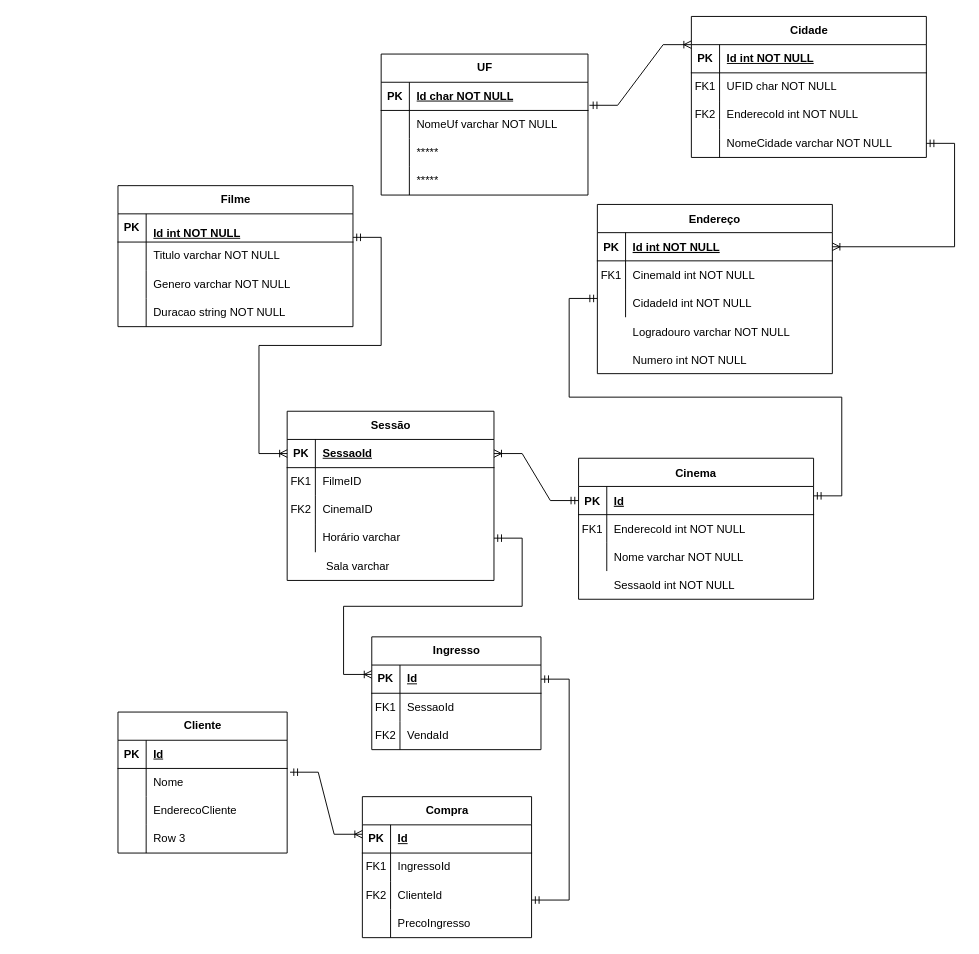
Earlier version of the draw.io diagram diagrama_entidade_relacionamento_cinema.drawio (AmandaPardinho/Web-API). Source tidied: cells renumbered, new cells numbered last; positions are measured from the earlier drawing's top-left corner, leaving out a move shared by most shapes. Both pictures are drawn from the tidied source at 94%, with x=0, y=0 at pixel (-381, 16).
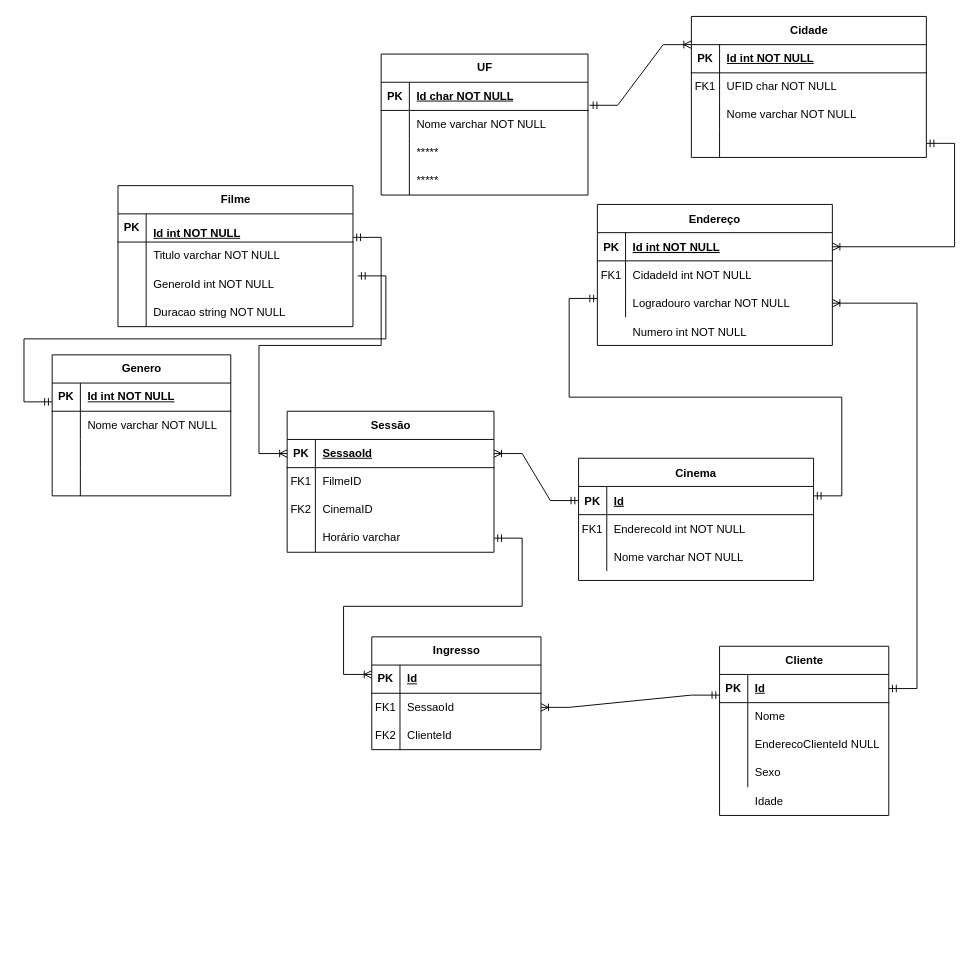
The same page after the edit.

Commit message:
Atualização do diagrama

The change refers to these unchanged cells:
```xml
<mxCell id="16" style="shape=partialRectangle;fillColor=none;top=0;left=0;right=0;bottom=0;" parent="12" vertex="1">
  <mxGeometry y="60" width="250" height="30" as="geometry" />
</mxCell>
<mxCell id="19" style="shape=partialRectangle;fillColor=none;points=[[0,0.5],[1,0.5]];portConstraint=eastwest;top=0;left=0;right=0;bottom=0;" parent="12" vertex="1">
  <mxGeometry y="90" width="250" height="30" as="geometry" />
</mxCell>
<mxCell id="42" style="shape=tableRow;horizontal=0;startSize=0;swimlaneHead=0;swimlaneBody=0;fillColor=none;top=0;left=0;right=0;bottom=0;" parent="35" vertex="1">
  <mxGeometry y="90" width="250" height="30" as="geometry" />
</mxCell>
<mxCell id="45" style="shape=tableRow;horizontal=0;startSize=0;swimlaneHead=0;swimlaneBody=0;fillColor=none;points=[[0,0.5],[1,0.5]];portConstraint=eastwest;top=0;left=0;right=0;bottom=0;" parent="35" vertex="1">
  <mxGeometry y="120" width="250" height="30" as="geometry" />
</mxCell>
<mxCell id="53" style="shape=tableRow;horizontal=0;startSize=0;swimlaneHead=0;swimlaneBody=0;fillColor=none;top=0;left=0;right=0;bottom=0;" parent="49" vertex="1">
  <mxGeometry y="60" width="220" height="30" as="geometry" />
</mxCell>
<mxCell id="65" value="Filme" style="shape=table;startSize=30;childLayout=tableLayout;rowLines=0;fontStyle=1;align=center;html=1;" parent="1" vertex="1">
  <mxGeometry x="530" y="180" width="250" height="150" as="geometry" />
</mxCell>
<mxCell id="72" style="shape=tableRow;horizontal=0;startSize=0;swimlaneHead=0;swimlaneBody=0;fillColor=none;points=[[0,0.5],[1,0.5]];portConstraint=eastwest;top=0;left=0;right=0;bottom=0;" parent="65" vertex="1">
  <mxGeometry y="90" width="250" height="30" as="geometry" />
</mxCell>
<mxCell id="84" style="shape=tableRow;horizontal=0;startSize=0;swimlaneHead=0;swimlaneBody=0;fillColor=none;points=[[0,0.5],[1,0.5]];portConstraint=eastwest;top=0;left=0;right=0;bottom=1;" parent="83" vertex="1">
  <mxGeometry y="30" width="180" height="30" as="geometry" />
</mxCell>
<mxCell id="87" style="shape=tableRow;horizontal=0;startSize=0;swimlaneHead=0;swimlaneBody=0;fillColor=none;points=[[0,0.5],[1,0.5]];portConstraint=eastwest;top=0;left=0;right=0;bottom=0;" parent="83" vertex="1">
  <mxGeometry y="60" width="180" height="30" as="geometry" />
</mxCell>
<mxCell id="90" style="shape=tableRow;horizontal=0;startSize=0;swimlaneHead=0;swimlaneBody=0;fillColor=none;top=0;left=0;right=0;bottom=0;" parent="83" vertex="1">
  <mxGeometry y="90" width="180" height="30" as="geometry" />
</mxCell>
<mxCell id="93" style="shape=tableRow;horizontal=0;startSize=0;swimlaneHead=0;swimlaneBody=0;fillColor=none;top=0;left=0;right=0;bottom=0;" parent="83" vertex="1">
  <mxGeometry y="120" width="180" height="30" as="geometry" />
</mxCell>
<mxCell id="110" style="shape=tableRow;horizontal=0;startSize=0;swimlaneHead=0;swimlaneBody=0;fillColor=none;points=[[0,0.5],[1,0.5]];portConstraint=eastwest;top=0;left=0;right=0;bottom=1;" parent="109" vertex="1">
  <mxGeometry y="30" width="180" height="30" as="geometry" />
</mxCell>
<mxCell id="113" style="shape=tableRow;horizontal=0;startSize=0;swimlaneHead=0;swimlaneBody=0;fillColor=none;points=[[0,0.5],[1,0.5]];portConstraint=eastwest;top=0;left=0;right=0;bottom=0;" parent="109" vertex="1">
  <mxGeometry y="60" width="180" height="30" as="geometry" />
</mxCell>
<mxCell id="116" style="shape=tableRow;horizontal=0;startSize=0;swimlaneHead=0;swimlaneBody=0;fillColor=none;top=0;left=0;right=0;bottom=0;" parent="109" vertex="1">
  <mxGeometry y="90" width="180" height="30" as="geometry" />
</mxCell>
```

Change to the diagram source:
```diff
@@
     <mxCell id="2" value="Cinema" style="shape=table;startSize=30;childLayout=tableLayout;rowLines=0;fontStyle=1;align=center;" parent="1" vertex="1">
-      <mxGeometry x="1020" y="470" width="250" height="150" as="geometry" />
+      <mxGeometry x="1020" y="470" width="250" height="130" as="geometry" />
     </mxCell>
@@
     <mxCell id="12" value="Endereço" style="shape=table;startSize=30;childLayout=tableLayout;rowLines=0;fontStyle=1;align=center;" parent="1" vertex="1">
-      <mxGeometry x="1040" y="200" width="250" height="180" as="geometry" />
+      <mxGeometry x="1040" y="200" width="250" height="150" as="geometry" />
     </mxCell>
@@
-    <mxCell id="18" value="CinemaId int NOT NULL" style="shape=partialRectangle;overflow=hidden;fillColor=none;top=0;left=0;bottom=0;right=0;align=left;spacingLeft=6;" parent="16" vertex="1">
+    <mxCell id="18" value="CidadeId int NOT NULL" style="shape=partialRectangle;overflow=hidden;fillColor=none;top=0;left=0;bottom=0;right=0;align=left;spacingLeft=6;" parent="16" vertex="1">
       <mxGeometry x="30" width="220" height="30" as="geometry" />
     </mxCell>
@@
-    <mxCell id="21" value="CidadeId int NOT NULL" style="shape=partialRectangle;overflow=hidden;fillColor=none;top=0;left=0;bottom=0;right=0;align=left;spacingLeft=6;" parent="19" vertex="1">
+    <mxCell id="21" value="Logradouro varchar NOT NULL" style="shape=partialRectangle;overflow=hidden;fillColor=none;top=0;left=0;bottom=0;right=0;align=left;spacingLeft=6;" parent="19" vertex="1">
       <mxGeometry x="30" width="220" height="30" as="geometry" />
     </mxCell>
     <mxCell id="22" value="Sessão" style="shape=table;startSize=30;childLayout=tableLayout;rowLines=0;fontStyle=1;align=center;html=1;" parent="1" vertex="1">
-      <mxGeometry x="710" y="420" width="220" height="180" as="geometry" />
+      <mxGeometry x="710" y="420" width="220" height="150" as="geometry" />
     </mxCell>
@@
-    <mxCell id="43" value="FK2" style="shape=partialRectangle;fillColor=none;top=0;left=0;bottom=0;right=0;overflow=hidden;whiteSpace=wrap;html=1;" parent="42" vertex="1">
+    <mxCell id="43" style="shape=partialRectangle;fillColor=none;top=0;left=0;bottom=0;right=0;overflow=hidden;whiteSpace=wrap;html=1;" parent="42" vertex="1">
       <mxGeometry width="30" height="30" as="geometry" />
     </mxCell>
-    <mxCell id="44" value="EnderecoId int NOT NULL" style="shape=partialRectangle;fillColor=none;top=0;left=0;bottom=0;right=0;align=left;spacingLeft=6;overflow=hidden;whiteSpace=wrap;html=1;" parent="42" vertex="1">
+    <mxCell id="44" value="Nome varchar NOT NULL" style="shape=partialRectangle;fillColor=none;top=0;left=0;bottom=0;right=0;align=left;spacingLeft=6;overflow=hidden;whiteSpace=wrap;html=1;" parent="42" vertex="1">
       <mxGeometry x="30" width="220" height="30" as="geometry" />
     </mxCell>
@@
-    <mxCell id="47" value="NomeCidade varchar NOT NULL" style="shape=partialRectangle;fillColor=none;top=0;left=0;bottom=0;right=0;align=left;spacingLeft=6;overflow=hidden;whiteSpace=wrap;html=1;" parent="45" vertex="1">
+    <mxCell id="47" style="shape=partialRectangle;fillColor=none;top=0;left=0;bottom=0;right=0;align=left;spacingLeft=6;overflow=hidden;whiteSpace=wrap;html=1;" parent="45" vertex="1">
       <mxGeometry x="30" width="220" height="30" as="geometry" />
     </mxCell>
@@
-    <mxCell id="55" value="NomeUf varchar NOT NULL" style="shape=partialRectangle;fillColor=none;top=0;left=0;bottom=0;right=0;align=left;spacingLeft=6;overflow=hidden;whiteSpace=wrap;html=1;" parent="53" vertex="1">
+    <mxCell id="55" value="Nome varchar NOT NULL" style="shape=partialRectangle;fillColor=none;top=0;left=0;bottom=0;right=0;align=left;spacingLeft=6;overflow=hidden;whiteSpace=wrap;html=1;" parent="53" vertex="1">
       <mxGeometry x="30" width="190" height="30" as="geometry" />
     </mxCell>
@@
-    <mxCell id="74" value="Genero varchar NOT NULL" style="shape=partialRectangle;fillColor=none;top=0;left=0;bottom=0;right=0;align=left;spacingLeft=6;overflow=hidden;whiteSpace=wrap;html=1;" parent="72" vertex="1">
+    <mxCell id="74" value="GeneroId int NOT NULL" style="shape=partialRectangle;fillColor=none;top=0;left=0;bottom=0;right=0;align=left;spacingLeft=6;overflow=hidden;whiteSpace=wrap;html=1;" parent="72" vertex="1">
       <mxGeometry x="30" width="220" height="30" as="geometry" />
     </mxCell>
@@
+    <mxCell id="122" style="edgeStyle=entityRelationEdgeStyle;fontSize=12;html=1;endArrow=ERmandOne;startArrow=ERmandOne;rounded=0;exitX=1.02;exitY=0.2;exitDx=0;exitDy=0;entryX=-0.016;entryY=0.733;entryDx=0;entryDy=0;exitPerimeter=0;entryPerimeter=0;" parent="65" edge="1" source="72">
+      <mxGeometry relative="1" as="geometry">
+        <mxPoint x="-70" y="230" as="targetPoint" />
+        <Array as="points">
+          <mxPoint x="-160" y="140" />
+          <mxPoint x="-170" y="145" />
+        </Array>
+      </mxGeometry>
+    </mxCell>
@@
-    <mxCell id="79" value="Sala varchar" style="text;html=1;align=center;verticalAlign=middle;strokeColor=none;fillColor=none;rotation=0;" parent="1" vertex="1">
-      <mxGeometry x="740" y="570" width="90" height="30" as="geometry" />
-    </mxCell>
-    <mxCell id="80" value="Logradouro varchar NOT NULL" style="shape=partialRectangle;overflow=hidden;fillColor=none;top=0;left=0;bottom=0;right=0;align=left;spacingLeft=6;" parent="1" vertex="1">
+    <mxCell id="80" value="Numero int NOT NULL" style="shape=partialRectangle;overflow=hidden;fillColor=none;top=0;left=0;bottom=0;right=0;align=left;spacingLeft=6;" parent="1" vertex="1">
       <mxGeometry x="1070" y="320" width="220" height="30" as="geometry" />
     </mxCell>
-    <mxCell id="81" value="Numero int NOT NULL" style="shape=partialRectangle;overflow=hidden;fillColor=none;top=0;left=0;bottom=0;right=0;align=left;spacingLeft=6;" parent="1" vertex="1">
-      <mxGeometry x="1070" y="350" width="220" height="30" as="geometry" />
-    </mxCell>
-    <mxCell id="82" value="SessaoId int NOT NULL" style="shape=partialRectangle;overflow=hidden;fillColor=none;top=0;left=0;bottom=0;right=0;align=left;spacingLeft=6;" parent="1" vertex="1">
-      <mxGeometry x="1050" y="590" width="220" height="30" as="geometry" />
-    </mxCell>
     <mxCell id="83" value="Cliente" style="shape=table;startSize=30;childLayout=tableLayout;rowLines=0;fontStyle=1;align=center;html=1;" parent="1" vertex="1">
-      <mxGeometry x="530" y="740" width="180" height="150" as="geometry" />
+      <mxGeometry x="1170" y="670" width="180" height="180" as="geometry" />
     </mxCell>
@@
-    <mxCell id="92" value="EnderecoCliente" style="shape=partialRectangle;fillColor=none;top=0;left=0;bottom=0;right=0;align=left;spacingLeft=6;overflow=hidden;whiteSpace=wrap;html=1;" parent="90" vertex="1">
+    <mxCell id="92" value="EnderecoClienteId NULL" style="shape=partialRectangle;fillColor=none;top=0;left=0;bottom=0;right=0;align=left;spacingLeft=6;overflow=hidden;whiteSpace=wrap;html=1;" parent="90" vertex="1">
       <mxGeometry x="30" width="150" height="30" as="geometry" />
     </mxCell>
@@
-    <mxCell id="95" value="Row 3" style="shape=partialRectangle;fillColor=none;top=0;left=0;bottom=0;right=0;align=left;spacingLeft=6;overflow=hidden;whiteSpace=wrap;html=1;" parent="93" vertex="1">
+    <mxCell id="95" value="Sexo" style="shape=partialRectangle;fillColor=none;top=0;left=0;bottom=0;right=0;align=left;spacingLeft=6;overflow=hidden;whiteSpace=wrap;html=1;" parent="93" vertex="1">
       <mxGeometry x="30" width="150" height="30" as="geometry" />
     </mxCell>
-    <mxCell id="96" value="Compra" style="shape=table;startSize=30;childLayout=tableLayout;rowLines=0;fontStyle=1;align=center;html=1;" parent="1" vertex="1">
-      <mxGeometry x="790" y="830" width="180" height="150" as="geometry" />
-    </mxCell>
-    <mxCell id="97" style="shape=tableRow;horizontal=0;startSize=0;swimlaneHead=0;swimlaneBody=0;fillColor=none;top=0;left=0;right=0;bottom=1;" parent="96" vertex="1">
-      <mxGeometry y="30" width="180" height="30" as="geometry" />
-    </mxCell>
-    <mxCell id="98" value="PK" style="shape=partialRectangle;fillColor=none;top=0;left=0;bottom=0;right=0;fontStyle=1;overflow=hidden;whiteSpace=wrap;html=1;" parent="97" vertex="1">
-      <mxGeometry width="30" height="30" as="geometry" />
-    </mxCell>
-    <mxCell id="99" value="Id" style="shape=partialRectangle;fillColor=none;top=0;left=0;bottom=0;right=0;align=left;spacingLeft=6;fontStyle=5;overflow=hidden;whiteSpace=wrap;html=1;" parent="97" vertex="1">
-      <mxGeometry x="30" width="150" height="30" as="geometry" />
-    </mxCell>
-    <mxCell id="100" style="shape=tableRow;horizontal=0;startSize=0;swimlaneHead=0;swimlaneBody=0;fillColor=none;top=0;left=0;right=0;bottom=0;" parent="96" vertex="1">
-      <mxGeometry y="60" width="180" height="30" as="geometry" />
-    </mxCell>
-    <mxCell id="101" value="FK1" style="shape=partialRectangle;fillColor=none;top=0;left=0;bottom=0;right=0;overflow=hidden;whiteSpace=wrap;html=1;" parent="100" vertex="1">
-      <mxGeometry width="30" height="30" as="geometry" />
-    </mxCell>
-    <mxCell id="102" value="IngressoId" style="shape=partialRectangle;fillColor=none;top=0;left=0;bottom=0;right=0;align=left;spacingLeft=6;overflow=hidden;whiteSpace=wrap;html=1;" parent="100" vertex="1">
-      <mxGeometry x="30" width="150" height="30" as="geometry" />
-    </mxCell>
-    <mxCell id="103" style="shape=tableRow;horizontal=0;startSize=0;swimlaneHead=0;swimlaneBody=0;fillColor=none;top=0;left=0;right=0;bottom=0;" parent="96" vertex="1">
-      <mxGeometry y="90" width="180" height="30" as="geometry" />
-    </mxCell>
-    <mxCell id="104" value="FK2" style="shape=partialRectangle;fillColor=none;top=0;left=0;bottom=0;right=0;overflow=hidden;whiteSpace=wrap;html=1;" parent="103" vertex="1">
-      <mxGeometry width="30" height="30" as="geometry" />
-    </mxCell>
-    <mxCell id="105" value="ClienteId" style="shape=partialRectangle;fillColor=none;top=0;left=0;bottom=0;right=0;align=left;spacingLeft=6;overflow=hidden;whiteSpace=wrap;html=1;" parent="103" vertex="1">
-      <mxGeometry x="30" width="150" height="30" as="geometry" />
-    </mxCell>
-    <mxCell id="106" style="shape=tableRow;horizontal=0;startSize=0;swimlaneHead=0;swimlaneBody=0;fillColor=none;top=0;left=0;right=0;bottom=0;" parent="96" vertex="1">
-      <mxGeometry y="120" width="180" height="30" as="geometry" />
-    </mxCell>
-    <mxCell id="107" style="shape=partialRectangle;fillColor=none;top=0;left=0;bottom=0;right=0;overflow=hidden;whiteSpace=wrap;html=1;" parent="106" vertex="1">
-      <mxGeometry width="30" height="30" as="geometry" />
-    </mxCell>
-    <mxCell id="108" value="PrecoIngresso" style="shape=partialRectangle;fillColor=none;top=0;left=0;bottom=0;right=0;align=left;spacingLeft=6;overflow=hidden;whiteSpace=wrap;html=1;" parent="106" vertex="1">
-      <mxGeometry x="30" width="150" height="30" as="geometry" />
-    </mxCell>
@@
-    <mxCell id="118" value="VendaId" style="shape=partialRectangle;fillColor=none;top=0;left=0;bottom=0;right=0;align=left;spacingLeft=6;overflow=hidden;whiteSpace=wrap;html=1;" parent="116" vertex="1">
+    <mxCell id="118" value="ClienteId" style="shape=partialRectangle;fillColor=none;top=0;left=0;bottom=0;right=0;align=left;spacingLeft=6;overflow=hidden;whiteSpace=wrap;html=1;" parent="116" vertex="1">
       <mxGeometry x="30" width="150" height="30" as="geometry" />
     </mxCell>
@@
-    <mxCell id="120" style="edgeStyle=entityRelationEdgeStyle;fontSize=12;html=1;endArrow=ERmandOne;startArrow=ERmandOne;rounded=0;" parent="1" edge="1" target="110">
-      <mxGeometry relative="1" as="geometry">
-        <mxPoint x="970" y="940" as="sourcePoint" />
-      </mxGeometry>
-    </mxCell>
-    <mxCell id="121" style="edgeStyle=entityRelationEdgeStyle;fontSize=12;html=1;endArrow=ERoneToMany;startArrow=ERmandOne;rounded=0;exitX=1.017;exitY=0.133;exitDx=0;exitDy=0;exitPerimeter=0;" parent="1" edge="1" source="87">
-      <mxGeometry relative="1" as="geometry">
-        <mxPoint x="790" y="870" as="targetPoint" />
-      </mxGeometry>
+    <mxCell id="121" style="edgeStyle=entityRelationEdgeStyle;fontSize=12;html=1;endArrow=ERoneToMany;startArrow=ERmandOne;rounded=0;entryX=1;entryY=0.5;entryDx=0;entryDy=0;" parent="1" edge="1" source="84" target="19">
+      <mxGeometry relative="1" as="geometry" />
     </mxCell>
+    <mxCell id="123" value="Idade" style="shape=partialRectangle;fillColor=none;top=0;left=0;bottom=0;right=0;align=left;spacingLeft=6;overflow=hidden;whiteSpace=wrap;html=1;" parent="1" vertex="1">
+      <mxGeometry x="1200" y="820" width="150" height="30" as="geometry" />
+    </mxCell>
+    <mxCell id="124" value="Genero" style="shape=table;startSize=30;childLayout=tableLayout;rowLines=0;fontStyle=1;align=center;html=1;" parent="1" vertex="1">
+      <mxGeometry x="460" y="360" width="190" height="150" as="geometry" />
+    </mxCell>
+    <mxCell id="125" style="shape=tableRow;horizontal=0;startSize=0;swimlaneHead=0;swimlaneBody=0;fillColor=none;top=0;left=0;right=0;bottom=1;" parent="124" vertex="1">
+      <mxGeometry y="30" width="190" height="30" as="geometry" />
+    </mxCell>
+    <mxCell id="98" value="PK" style="shape=partialRectangle;fillColor=none;top=0;left=0;bottom=0;right=0;fontStyle=1;overflow=hidden;whiteSpace=wrap;html=1;" parent="125" vertex="1">
+      <mxGeometry width="30" height="30" as="geometry" />
+    </mxCell>
+    <mxCell id="126" value="Id int NOT NULL" style="shape=partialRectangle;fillColor=none;top=0;left=0;bottom=0;right=0;align=left;spacingLeft=6;fontStyle=5;overflow=hidden;whiteSpace=wrap;html=1;" parent="125" vertex="1">
+      <mxGeometry x="30" width="160" height="30" as="geometry" />
+    </mxCell>
+    <mxCell id="127" style="shape=tableRow;horizontal=0;startSize=0;swimlaneHead=0;swimlaneBody=0;fillColor=none;top=0;left=0;right=0;bottom=0;" parent="124" vertex="1">
+      <mxGeometry y="60" width="190" height="30" as="geometry" />
+    </mxCell>
+    <mxCell id="128" style="shape=partialRectangle;fillColor=none;top=0;left=0;bottom=0;right=0;overflow=hidden;whiteSpace=wrap;html=1;" parent="127" vertex="1">
+      <mxGeometry width="30" height="30" as="geometry" />
+    </mxCell>
+    <mxCell id="129" value="Nome varchar NOT NULL" style="shape=partialRectangle;fillColor=none;top=0;left=0;bottom=0;right=0;align=left;spacingLeft=6;overflow=hidden;whiteSpace=wrap;html=1;" parent="127" vertex="1">
+      <mxGeometry x="30" width="160" height="30" as="geometry" />
+    </mxCell>
+    <mxCell id="130" style="shape=tableRow;horizontal=0;startSize=0;swimlaneHead=0;swimlaneBody=0;fillColor=none;top=0;left=0;right=0;bottom=0;" parent="124" vertex="1">
+      <mxGeometry y="90" width="190" height="30" as="geometry" />
+    </mxCell>
+    <mxCell id="131" style="shape=partialRectangle;fillColor=none;top=0;left=0;bottom=0;right=0;overflow=hidden;whiteSpace=wrap;html=1;" parent="130" vertex="1">
+      <mxGeometry width="30" height="30" as="geometry" />
+    </mxCell>
+    <mxCell id="132" style="shape=partialRectangle;fillColor=none;top=0;left=0;bottom=0;right=0;align=left;spacingLeft=6;overflow=hidden;whiteSpace=wrap;html=1;" parent="130" vertex="1">
+      <mxGeometry x="30" width="160" height="30" as="geometry" />
+    </mxCell>
+    <mxCell id="133" style="shape=tableRow;horizontal=0;startSize=0;swimlaneHead=0;swimlaneBody=0;fillColor=none;top=0;left=0;right=0;bottom=0;" parent="124" vertex="1">
+      <mxGeometry y="120" width="190" height="30" as="geometry" />
+    </mxCell>
+    <mxCell id="134" style="shape=partialRectangle;fillColor=none;top=0;left=0;bottom=0;right=0;overflow=hidden;whiteSpace=wrap;html=1;" parent="133" vertex="1">
+      <mxGeometry width="30" height="30" as="geometry" />
+    </mxCell>
+    <mxCell id="135" style="shape=partialRectangle;fillColor=none;top=0;left=0;bottom=0;right=0;align=left;spacingLeft=6;overflow=hidden;whiteSpace=wrap;html=1;" parent="133" vertex="1">
+      <mxGeometry x="30" width="160" height="30" as="geometry" />
+    </mxCell>
+    <mxCell id="136" style="edgeStyle=entityRelationEdgeStyle;fontSize=12;html=1;endArrow=ERoneToMany;startArrow=ERmandOne;rounded=0;entryX=1;entryY=0.5;entryDx=0;entryDy=0;exitX=0;exitY=0.733;exitDx=0;exitDy=0;exitPerimeter=0;" parent="1" edge="1" source="84" target="113">
+      <mxGeometry relative="1" as="geometry" />
+    </mxCell>
```
